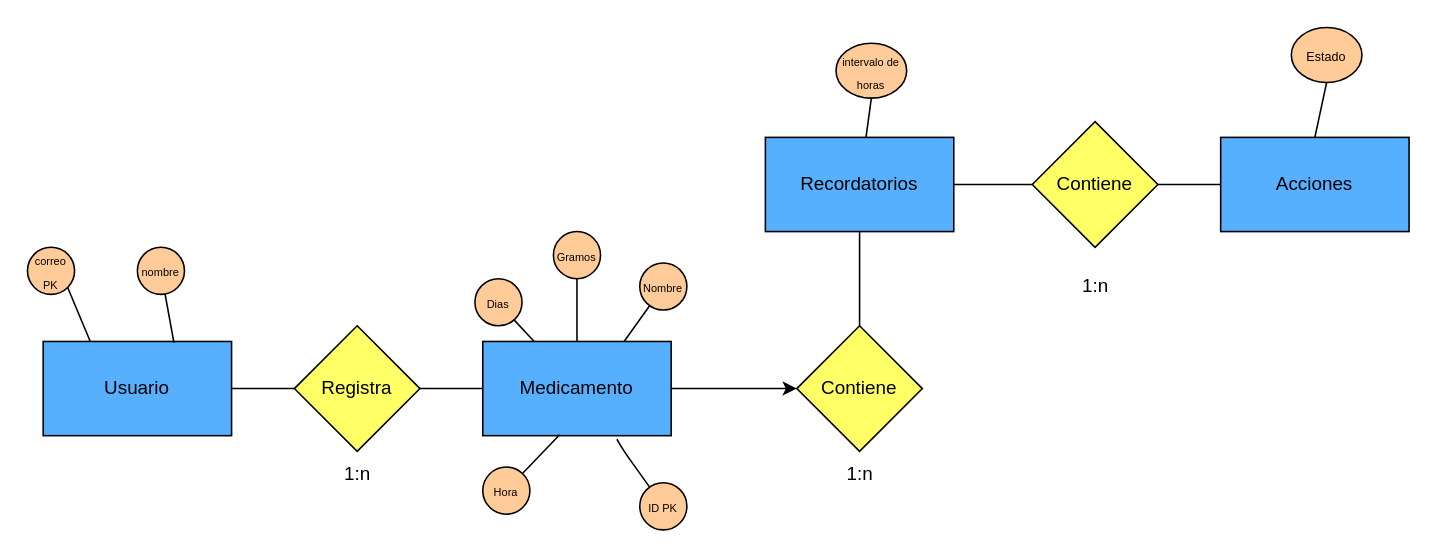
This is diagrams/diagrama-Relacional.drawio from Leandro-Diaz27/Sonnar-App, a draw.io file, before an edit. Source tidied: cells renumbered, new cells numbered last; positions are measured from the earlier drawing's top-left corner, leaving out a move shared by most shapes. Both pictures are drawn from the tidied source at 157%, with x=0, y=0 at pixel (27, 27).
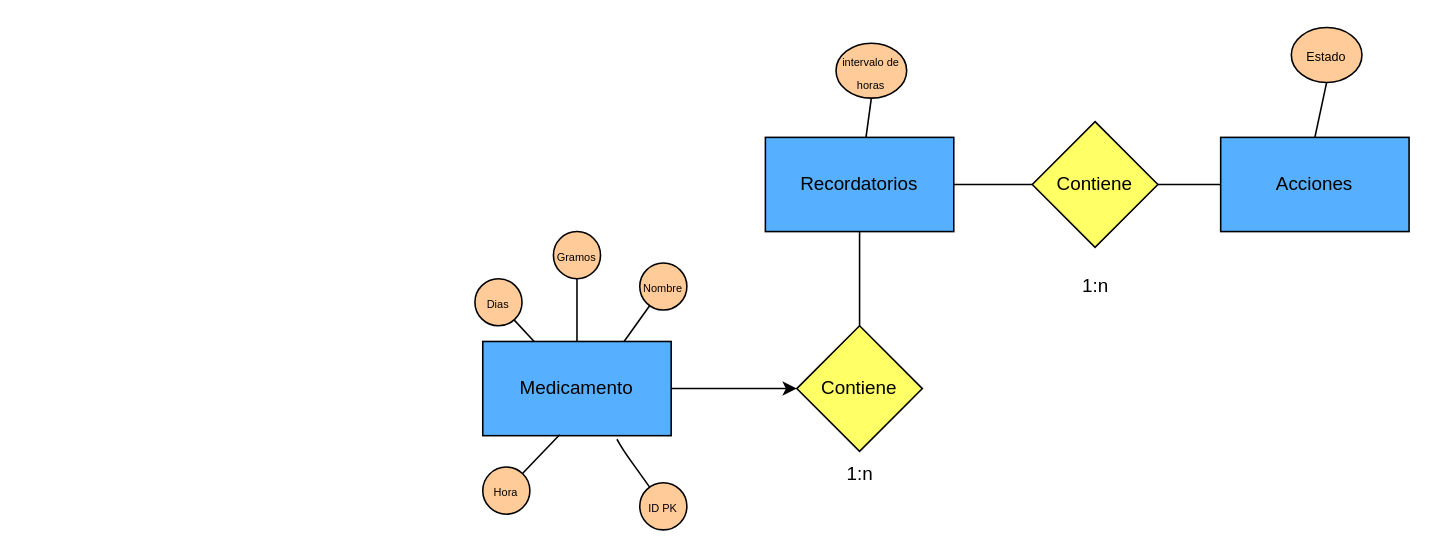
The same page after the edit.

The change refers to these unchanged cells:
```xml
<mxCell id="9" value="Medicamento" style="rounded=0;whiteSpace=wrap;html=1;fillColor=#56B0FF;" parent="1" vertex="1">
  <mxGeometry x="290" y="200" width="120" height="60" as="geometry" />
</mxCell>
```

Diff of the diagram source:
```diff
@@
-    <mxCell id="2" style="edgeStyle=none;html=1;exitX=1;exitY=0.5;exitDx=0;exitDy=0;endArrow=none;endFill=0;" parent="1" edge="1" source="3" target="15">
-      <mxGeometry relative="1" as="geometry" />
-    </mxCell>
-    <mxCell id="3" value="Usuario" style="rounded=0;whiteSpace=wrap;html=1;fillColor=#56B0FF;" parent="1" vertex="1">
-      <mxGeometry x="10" y="200" width="120" height="60" as="geometry" />
-    </mxCell>
@@
-    <mxCell id="10" value="&lt;font style=&quot;font-size: 7px;&quot;&gt;nombre&lt;/font&gt;" style="ellipse;whiteSpace=wrap;html=1;fillColor=#FFCC99;" parent="1" vertex="1">
-      <mxGeometry x="70" y="140" width="30" height="30" as="geometry" />
-    </mxCell>
-    <mxCell id="11" style="edgeStyle=none;html=1;exitX=1;exitY=1;exitDx=0;exitDy=0;entryX=0.25;entryY=0;entryDx=0;entryDy=0;endArrow=none;endFill=0;" parent="1" edge="1" source="12" target="3">
-      <mxGeometry relative="1" as="geometry" />
-    </mxCell>
-    <mxCell id="12" value="&lt;span style=&quot;font-size: 7px;&quot;&gt;correo PK&lt;/span&gt;" style="ellipse;whiteSpace=wrap;html=1;fillColor=#FFCC99;" parent="1" vertex="1">
-      <mxGeometry y="140" width="30" height="30" as="geometry" />
-    </mxCell>
-    <mxCell id="13" style="edgeStyle=none;html=1;entryX=0.694;entryY=0.013;entryDx=0;entryDy=0;entryPerimeter=0;endArrow=none;endFill=0;" parent="1" edge="1" source="10" target="3">
-      <mxGeometry relative="1" as="geometry" />
-    </mxCell>
-    <mxCell id="14" style="edgeStyle=none;html=1;exitX=1;exitY=0.5;exitDx=0;exitDy=0;endArrow=none;endFill=0;" parent="1" edge="1" source="15" target="9">
-      <mxGeometry relative="1" as="geometry" />
-    </mxCell>
-    <mxCell id="15" value="Registra" style="rhombus;whiteSpace=wrap;html=1;fillColor=#FFFF66;" parent="1" vertex="1">
-      <mxGeometry x="170" y="190" width="80" height="80" as="geometry" />
-    </mxCell>
@@
-    <mxCell id="31" value="1:n" style="text;html=1;align=center;verticalAlign=middle;strokeColor=none;fillColor=none;" parent="1" vertex="1">
-      <mxGeometry x="190" y="270" width="40" height="30" as="geometry" />
-    </mxCell>
```
